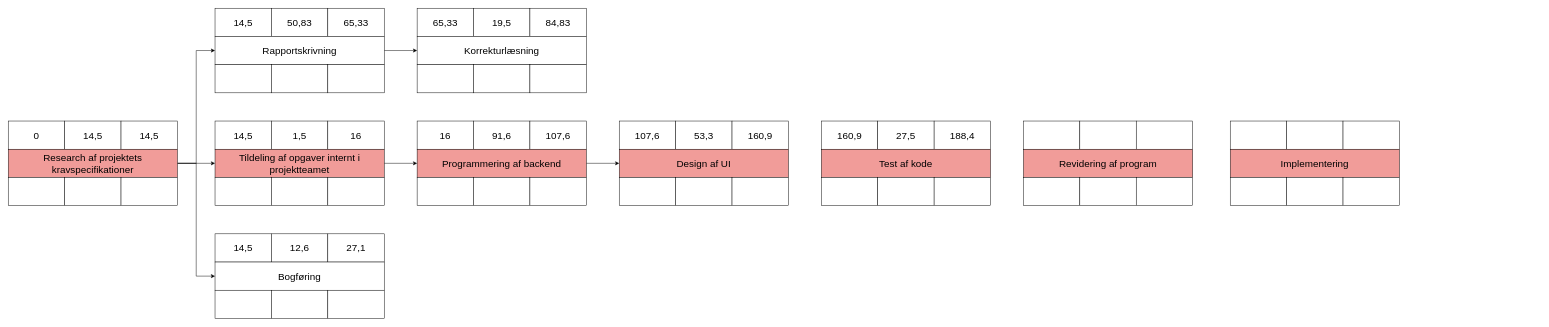
Above: Untitled Diagram.drawio in katrinewedel/DBA (draw.io), before the change. Source tidied: cells renumbered, new cells numbered last; positions are measured from the earlier drawing's top-left corner, leaving out a move shared by most shapes. Both pictures are drawn from the tidied source at 47%, with x=0, y=0 at pixel (8, 8).
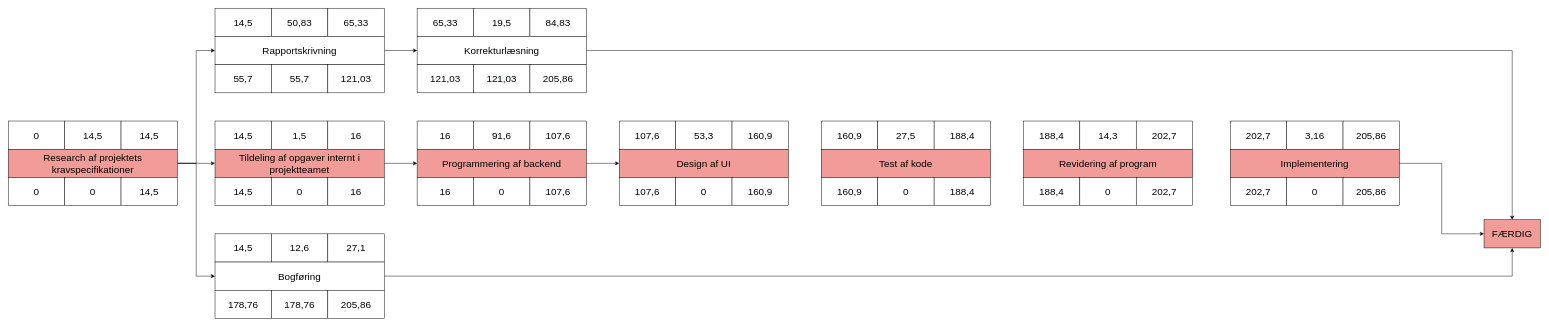
Above is the later version.

Unchanged cells that the change refers to:
```xml
<mxCell id="24" value="&lt;font style=&quot;font-size: 21px&quot;&gt;Bogføring&lt;/font&gt;" style="rounded=0;whiteSpace=wrap;html=1;" parent="1" vertex="1">
  <mxGeometry x="440" y="540" width="360" height="60" as="geometry" />
</mxCell>
<mxCell id="38" value="&lt;span style=&quot;font-size: 21px&quot;&gt;188,4&lt;/span&gt;" style="rounded=0;whiteSpace=wrap;html=1;" parent="1" vertex="1">
  <mxGeometry x="1970" y="240" width="120" height="60" as="geometry" />
</mxCell>
<mxCell id="53" value="&lt;font style=&quot;font-size: 21px&quot;&gt;Implementering&lt;/font&gt;" style="rounded=0;whiteSpace=wrap;html=1;fillColor=#F19C99;" parent="1" vertex="1">
  <mxGeometry x="2600" y="300" width="360" height="60" as="geometry" />
</mxCell>
<mxCell id="75" value="&lt;font style=&quot;font-size: 21px&quot;&gt;Korrekturlæsning&lt;/font&gt;" style="rounded=0;whiteSpace=wrap;html=1;" parent="1" vertex="1">
  <mxGeometry x="870" y="60" width="360" height="60" as="geometry" />
</mxCell>
```

Change to the diagram source:
```diff
@@
-    <mxCell id="10" style="rounded=0;whiteSpace=wrap;html=1;" parent="1" vertex="1">
+    <mxCell id="10" value="&lt;span style=&quot;font-size: 21px&quot;&gt;0&lt;/span&gt;" style="rounded=0;whiteSpace=wrap;html=1;" parent="1" vertex="1">
       <mxGeometry y="360" width="120" height="60" as="geometry" />
     </mxCell>
-    <mxCell id="11" style="rounded=0;whiteSpace=wrap;html=1;" parent="1" vertex="1">
+    <mxCell id="11" value="&lt;span style=&quot;font-size: 21px&quot;&gt;0&lt;/span&gt;" style="rounded=0;whiteSpace=wrap;html=1;" parent="1" vertex="1">
       <mxGeometry x="120" y="360" width="120" height="60" as="geometry" />
     </mxCell>
-    <mxCell id="12" style="rounded=0;whiteSpace=wrap;html=1;" parent="1" vertex="1">
+    <mxCell id="12" value="&lt;span style=&quot;font-size: 21px&quot;&gt;14,5&lt;/span&gt;" style="rounded=0;whiteSpace=wrap;html=1;" parent="1" vertex="1">
       <mxGeometry x="240" y="360" width="120" height="60" as="geometry" />
     </mxCell>
@@
-    <mxCell id="18" style="rounded=0;whiteSpace=wrap;html=1;" parent="1" vertex="1">
+    <mxCell id="18" value="&lt;span style=&quot;font-size: 21px&quot;&gt;14,5&lt;/span&gt;" style="rounded=0;whiteSpace=wrap;html=1;" parent="1" vertex="1">
       <mxGeometry x="440" y="360" width="120" height="60" as="geometry" />
     </mxCell>
-    <mxCell id="19" style="rounded=0;whiteSpace=wrap;html=1;" parent="1" vertex="1">
+    <mxCell id="19" value="&lt;span style=&quot;font-size: 21px&quot;&gt;0&lt;/span&gt;" style="rounded=0;whiteSpace=wrap;html=1;" parent="1" vertex="1">
       <mxGeometry x="560" y="360" width="120" height="60" as="geometry" />
     </mxCell>
-    <mxCell id="20" style="rounded=0;whiteSpace=wrap;html=1;" parent="1" vertex="1">
+    <mxCell id="20" value="&lt;span style=&quot;font-size: 21px&quot;&gt;16&lt;/span&gt;" style="rounded=0;whiteSpace=wrap;html=1;" parent="1" vertex="1">
       <mxGeometry x="680" y="360" width="120" height="60" as="geometry" />
     </mxCell>
@@
+    <mxCell id="79" style="edgeStyle=orthogonalEdgeStyle;rounded=0;jettySize=auto;html=1;entryX=0.5;entryY=1;entryDx=0;entryDy=0;fontSize=21;" parent="1" edge="1" source="24" target="83">
+      <mxGeometry relative="1" as="geometry" />
+    </mxCell>
@@
-    <mxCell id="25" style="rounded=0;whiteSpace=wrap;html=1;" parent="1" vertex="1">
+    <mxCell id="25" value="&lt;span style=&quot;font-size: 21px&quot;&gt;178,76&lt;/span&gt;" style="rounded=0;whiteSpace=wrap;html=1;" parent="1" vertex="1">
       <mxGeometry x="440" y="600" width="120" height="60" as="geometry" />
     </mxCell>
-    <mxCell id="26" style="rounded=0;whiteSpace=wrap;html=1;" parent="1" vertex="1">
+    <mxCell id="26" value="&lt;span style=&quot;font-size: 21px&quot;&gt;178,76&lt;/span&gt;" style="rounded=0;whiteSpace=wrap;html=1;" parent="1" vertex="1">
       <mxGeometry x="560" y="600" width="120" height="60" as="geometry" />
     </mxCell>
-    <mxCell id="27" style="rounded=0;whiteSpace=wrap;html=1;" parent="1" vertex="1">
+    <mxCell id="27" value="&lt;span style=&quot;font-size: 21px&quot;&gt;205,86&lt;/span&gt;" style="rounded=0;whiteSpace=wrap;html=1;" parent="1" vertex="1">
       <mxGeometry x="680" y="600" width="120" height="60" as="geometry" />
     </mxCell>
@@
-    <mxCell id="33" style="rounded=0;whiteSpace=wrap;html=1;" parent="1" vertex="1">
+    <mxCell id="33" value="&lt;span style=&quot;font-size: 21px&quot;&gt;16&lt;/span&gt;" style="rounded=0;whiteSpace=wrap;html=1;" parent="1" vertex="1">
       <mxGeometry x="870" y="360" width="120" height="60" as="geometry" />
     </mxCell>
-    <mxCell id="34" style="rounded=0;whiteSpace=wrap;html=1;" parent="1" vertex="1">
+    <mxCell id="34" value="&lt;span style=&quot;font-size: 21px&quot;&gt;0&lt;/span&gt;" style="rounded=0;whiteSpace=wrap;html=1;" parent="1" vertex="1">
       <mxGeometry x="990" y="360" width="120" height="60" as="geometry" />
     </mxCell>
-    <mxCell id="35" style="rounded=0;whiteSpace=wrap;html=1;" parent="1" vertex="1">
+    <mxCell id="35" value="&lt;span style=&quot;font-size: 21px&quot;&gt;107,6&lt;/span&gt;" style="rounded=0;whiteSpace=wrap;html=1;" parent="1" vertex="1">
       <mxGeometry x="1110" y="360" width="120" height="60" as="geometry" />
     </mxCell>
@@
+    <mxCell id="80" style="edgeStyle=orthogonalEdgeStyle;rounded=0;jettySize=auto;html=1;fontSize=21;" parent="1" edge="1" source="38" target="42">
+      <mxGeometry relative="1" as="geometry" />
+    </mxCell>
@@
-    <mxCell id="40" style="rounded=0;whiteSpace=wrap;html=1;" parent="1" vertex="1">
+    <mxCell id="40" value="&lt;span style=&quot;font-size: 21px&quot;&gt;160,9&lt;/span&gt;" style="rounded=0;whiteSpace=wrap;html=1;" parent="1" vertex="1">
       <mxGeometry x="1730" y="360" width="120" height="60" as="geometry" />
     </mxCell>
-    <mxCell id="41" style="rounded=0;whiteSpace=wrap;html=1;" parent="1" vertex="1">
+    <mxCell id="41" value="&lt;span style=&quot;font-size: 21px&quot;&gt;0&lt;/span&gt;" style="rounded=0;whiteSpace=wrap;html=1;" parent="1" vertex="1">
       <mxGeometry x="1850" y="360" width="120" height="60" as="geometry" />
     </mxCell>
-    <mxCell id="42" style="rounded=0;whiteSpace=wrap;html=1;" parent="1" vertex="1">
+    <mxCell id="42" value="&lt;span style=&quot;font-size: 21px&quot;&gt;188,4&lt;/span&gt;" style="rounded=0;whiteSpace=wrap;html=1;" parent="1" vertex="1">
       <mxGeometry x="1970" y="360" width="120" height="60" as="geometry" />
     </mxCell>
-    <mxCell id="43" style="rounded=0;whiteSpace=wrap;html=1;" parent="1" vertex="1">
+    <mxCell id="43" value="&lt;span style=&quot;font-size: 21px&quot;&gt;188,4&lt;/span&gt;" style="rounded=0;whiteSpace=wrap;html=1;" parent="1" vertex="1">
       <mxGeometry x="2160" y="240" width="120" height="60" as="geometry" />
     </mxCell>
-    <mxCell id="44" style="rounded=0;whiteSpace=wrap;html=1;" parent="1" vertex="1">
+    <mxCell id="44" value="&lt;span style=&quot;font-size: 21px&quot;&gt;14,3&lt;/span&gt;" style="rounded=0;whiteSpace=wrap;html=1;" parent="1" vertex="1">
       <mxGeometry x="2280" y="240" width="120" height="60" as="geometry" />
     </mxCell>
-    <mxCell id="45" style="rounded=0;whiteSpace=wrap;html=1;" parent="1" vertex="1">
+    <mxCell id="45" value="&lt;span style=&quot;font-size: 21px&quot;&gt;202,7&lt;/span&gt;" style="rounded=0;whiteSpace=wrap;html=1;" parent="1" vertex="1">
       <mxGeometry x="2400" y="240" width="120" height="60" as="geometry" />
     </mxCell>
@@
-    <mxCell id="47" style="rounded=0;whiteSpace=wrap;html=1;" parent="1" vertex="1">
+    <mxCell id="47" value="&lt;span style=&quot;font-size: 21px&quot;&gt;188,4&lt;/span&gt;" style="rounded=0;whiteSpace=wrap;html=1;" parent="1" vertex="1">
       <mxGeometry x="2160" y="360" width="120" height="60" as="geometry" />
     </mxCell>
-    <mxCell id="48" style="rounded=0;whiteSpace=wrap;html=1;" parent="1" vertex="1">
+    <mxCell id="48" value="&lt;span style=&quot;font-size: 21px&quot;&gt;0&lt;/span&gt;" style="rounded=0;whiteSpace=wrap;html=1;" parent="1" vertex="1">
       <mxGeometry x="2280" y="360" width="120" height="60" as="geometry" />
     </mxCell>
-    <mxCell id="49" style="rounded=0;whiteSpace=wrap;html=1;" parent="1" vertex="1">
+    <mxCell id="49" value="&lt;span style=&quot;font-size: 21px&quot;&gt;202,7&lt;/span&gt;" style="rounded=0;whiteSpace=wrap;html=1;" parent="1" vertex="1">
       <mxGeometry x="2400" y="360" width="120" height="60" as="geometry" />
     </mxCell>
-    <mxCell id="50" style="rounded=0;whiteSpace=wrap;html=1;" parent="1" vertex="1">
+    <mxCell id="50" value="&lt;span style=&quot;font-size: 21px&quot;&gt;202,7&lt;/span&gt;" style="rounded=0;whiteSpace=wrap;html=1;" parent="1" vertex="1">
       <mxGeometry x="2600" y="240" width="120" height="60" as="geometry" />
     </mxCell>
-    <mxCell id="51" style="rounded=0;whiteSpace=wrap;html=1;" parent="1" vertex="1">
+    <mxCell id="51" value="&lt;span style=&quot;font-size: 21px&quot;&gt;3,16&lt;/span&gt;" style="rounded=0;whiteSpace=wrap;html=1;" parent="1" vertex="1">
       <mxGeometry x="2720" y="240" width="120" height="60" as="geometry" />
     </mxCell>
-    <mxCell id="52" style="rounded=0;whiteSpace=wrap;html=1;" parent="1" vertex="1">
+    <mxCell id="52" value="&lt;span style=&quot;font-size: 21px&quot;&gt;205,86&lt;/span&gt;" style="rounded=0;whiteSpace=wrap;html=1;" parent="1" vertex="1">
       <mxGeometry x="2840" y="240" width="120" height="60" as="geometry" />
     </mxCell>
+    <mxCell id="81" style="edgeStyle=orthogonalEdgeStyle;rounded=0;jettySize=auto;html=1;entryX=0;entryY=0.5;entryDx=0;entryDy=0;fontSize=21;" parent="1" edge="1" source="53" target="83">
+      <mxGeometry relative="1" as="geometry" />
+    </mxCell>
@@
-    <mxCell id="54" style="rounded=0;whiteSpace=wrap;html=1;" parent="1" vertex="1">
+    <mxCell id="54" value="&lt;span style=&quot;font-size: 21px&quot;&gt;202,7&lt;/span&gt;" style="rounded=0;whiteSpace=wrap;html=1;" parent="1" vertex="1">
       <mxGeometry x="2600" y="360" width="120" height="60" as="geometry" />
     </mxCell>
-    <mxCell id="55" style="rounded=0;whiteSpace=wrap;html=1;" parent="1" vertex="1">
+    <mxCell id="55" value="&lt;span style=&quot;font-size: 21px&quot;&gt;0&lt;/span&gt;" style="rounded=0;whiteSpace=wrap;html=1;" parent="1" vertex="1">
       <mxGeometry x="2720" y="360" width="120" height="60" as="geometry" />
     </mxCell>
-    <mxCell id="56" style="rounded=0;whiteSpace=wrap;html=1;" parent="1" vertex="1">
+    <mxCell id="56" value="&lt;span style=&quot;font-size: 21px&quot;&gt;205,86&lt;/span&gt;" style="rounded=0;whiteSpace=wrap;html=1;" parent="1" vertex="1">
       <mxGeometry x="2840" y="360" width="120" height="60" as="geometry" />
     </mxCell>
@@
-    <mxCell id="62" style="rounded=0;whiteSpace=wrap;html=1;" parent="1" vertex="1">
+    <mxCell id="62" value="&lt;span style=&quot;font-family: &amp;#34;helvetica&amp;#34; ; font-size: 21px&quot;&gt;55,7&lt;/span&gt;" style="rounded=0;whiteSpace=wrap;html=1;" parent="1" vertex="1">
       <mxGeometry x="440" y="120" width="120" height="60" as="geometry" />
     </mxCell>
-    <mxCell id="63" style="rounded=0;whiteSpace=wrap;html=1;" parent="1" vertex="1">
+    <mxCell id="63" value="&lt;font face=&quot;helvetica&quot;&gt;&lt;span style=&quot;font-size: 21px&quot;&gt;55,7&lt;/span&gt;&lt;/font&gt;" style="rounded=0;whiteSpace=wrap;html=1;" parent="1" vertex="1">
       <mxGeometry x="560" y="120" width="120" height="60" as="geometry" />
     </mxCell>
-    <mxCell id="64" style="rounded=0;whiteSpace=wrap;html=1;" parent="1" vertex="1">
+    <mxCell id="64" value="&lt;span style=&quot;font-family: &amp;#34;helvetica&amp;#34; ; font-size: 21px&quot;&gt;121,03&lt;/span&gt;" style="rounded=0;whiteSpace=wrap;html=1;" parent="1" vertex="1">
       <mxGeometry x="680" y="120" width="120" height="60" as="geometry" />
     </mxCell>
@@
-    <mxCell id="69" style="rounded=0;whiteSpace=wrap;html=1;" parent="1" vertex="1">
+    <mxCell id="69" value="&lt;span style=&quot;font-size: 21px&quot;&gt;107,6&lt;/span&gt;" style="rounded=0;whiteSpace=wrap;html=1;" parent="1" vertex="1">
       <mxGeometry x="1300" y="360" width="120" height="60" as="geometry" />
     </mxCell>
-    <mxCell id="70" style="rounded=0;whiteSpace=wrap;html=1;" parent="1" vertex="1">
+    <mxCell id="70" value="&lt;span style=&quot;font-size: 21px&quot;&gt;0&lt;/span&gt;" style="rounded=0;whiteSpace=wrap;html=1;" parent="1" vertex="1">
       <mxGeometry x="1420" y="360" width="120" height="60" as="geometry" />
     </mxCell>
-    <mxCell id="71" style="rounded=0;whiteSpace=wrap;html=1;" parent="1" vertex="1">
+    <mxCell id="71" value="&lt;span style=&quot;font-size: 21px&quot;&gt;160,9&lt;/span&gt;" style="rounded=0;whiteSpace=wrap;html=1;" parent="1" vertex="1">
       <mxGeometry x="1540" y="360" width="120" height="60" as="geometry" />
     </mxCell>
@@
+    <mxCell id="82" style="edgeStyle=orthogonalEdgeStyle;rounded=0;jettySize=auto;html=1;fontSize=21;" parent="1" edge="1" source="75" target="83">
+      <mxGeometry relative="1" as="geometry" />
+    </mxCell>
@@
-    <mxCell id="76" style="rounded=0;whiteSpace=wrap;html=1;" parent="1" vertex="1">
+    <mxCell id="76" value="&lt;span style=&quot;font-family: &amp;#34;helvetica&amp;#34; ; font-size: 21px&quot;&gt;121,03&lt;/span&gt;" style="rounded=0;whiteSpace=wrap;html=1;" parent="1" vertex="1">
       <mxGeometry x="870" y="120" width="120" height="60" as="geometry" />
     </mxCell>
-    <mxCell id="77" style="rounded=0;whiteSpace=wrap;html=1;" parent="1" vertex="1">
+    <mxCell id="77" value="&lt;span style=&quot;color: rgb(0 , 0 , 0) ; font-family: &amp;#34;helvetica&amp;#34; ; font-size: 21px ; font-style: normal ; font-weight: normal ; letter-spacing: normal ; text-align: center ; text-indent: 0px ; text-transform: none ; word-spacing: 0px ; background-color: rgb(248 , 249 , 250) ; text-decoration: none ; display: inline ; float: none&quot;&gt;121,03&lt;/span&gt;" style="rounded=0;whiteSpace=wrap;html=1;" parent="1" vertex="1">
       <mxGeometry x="990" y="120" width="120" height="60" as="geometry" />
     </mxCell>
-    <mxCell id="78" style="rounded=0;whiteSpace=wrap;html=1;" parent="1" vertex="1">
+    <mxCell id="78" value="&lt;span style=&quot;font-size: 21px&quot;&gt;205,86&lt;/span&gt;" style="rounded=0;whiteSpace=wrap;html=1;" parent="1" vertex="1">
       <mxGeometry x="1110" y="120" width="120" height="60" as="geometry" />
     </mxCell>
+    <mxCell id="83" value="FÆRDIG" style="rounded=0;whiteSpace=wrap;html=1;fontSize=21;fillColor=#F19C99;" parent="1" vertex="1">
+      <mxGeometry x="3140" y="450" width="120" height="60" as="geometry" />
+    </mxCell>
```
